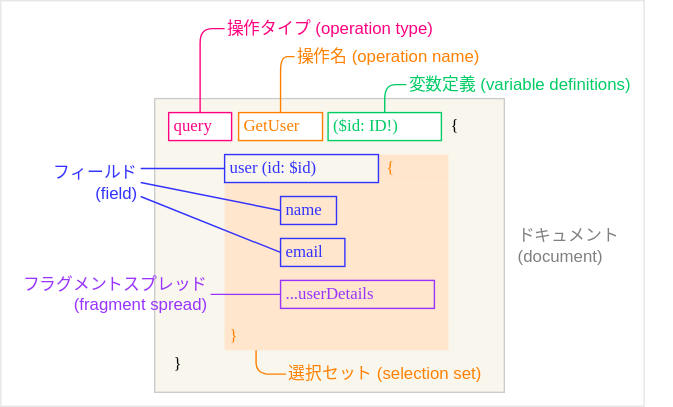
Before: content/tech/graphql/spec/words/img-001.drawio.svg, a diagram exported from draw.io (maku77/maku.blog). Source tidied: cells renumbered, new cells last; positions are measured from the earlier drawing's top-left corner, leaving out a move shared by most shapes.
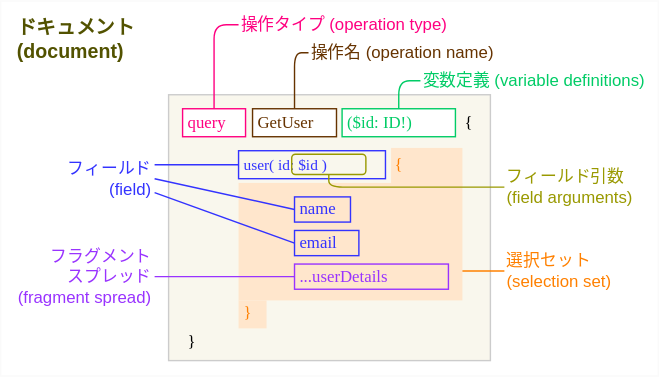
After the change.

The edit, as a diff of the source:
```diff
@@ -2,28 +2,28 @@
   <root>
     <mxCell id="0" />
     <mxCell id="1" parent="0" />
-    <mxCell id="2" style="rounded=0;whiteSpace=wrap;html=1;fontFamily=Helvetica;fontColor=#FF8000;strokeColor=#E6E6E6;fillColor=default;" parent="1" vertex="1">
-      <mxGeometry width="460" height="290" as="geometry" />
+    <mxCell id="2" style="rounded=0;whiteSpace=wrap;html=1;fontFamily=Helvetica;fontColor=#FF8000;strokeColor=#fafafa;fillColor=default;" parent="1" vertex="1">
+      <mxGeometry x="-10" y="3" width="470" height="268" as="geometry" />
     </mxCell>
     <mxCell id="3" style="rounded=0;whiteSpace=wrap;html=1;fontFamily=Helvetica;fillColor=#f9f7ed;strokeColor=#CCCCCC;strokeWidth=1;" parent="1" vertex="1">
-      <mxGeometry x="110" y="70" width="250" height="210" as="geometry" />
+      <mxGeometry x="110" y="70" width="230" height="190" as="geometry" />
     </mxCell>
     <mxCell id="4" style="rounded=0;whiteSpace=wrap;html=1;fontFamily=Helvetica;fillColor=#FFE6CC;strokeColor=none;" parent="1" vertex="1">
-      <mxGeometry x="160" y="230" width="160" height="20" as="geometry" />
+      <mxGeometry x="160" y="217" width="20" height="20" as="geometry" />
     </mxCell>
     <mxCell id="5" style="rounded=0;whiteSpace=wrap;html=1;fontFamily=Helvetica;fillColor=#FFE6CC;strokeColor=none;" parent="1" vertex="1">
-      <mxGeometry x="270" y="110" width="50" height="20" as="geometry" />
+      <mxGeometry x="269" y="108" width="51" height="27" as="geometry" />
     </mxCell>
     <mxCell id="6" style="rounded=0;whiteSpace=wrap;html=1;fontFamily=Helvetica;fillColor=#FFE6CC;strokeColor=none;" parent="1" vertex="1">
-      <mxGeometry x="160" y="130" width="160" height="100" as="geometry" />
+      <mxGeometry x="160" y="133" width="160" height="84" as="geometry" />
     </mxCell>
     <mxCell id="7" value="&lt;font color=&quot;#ff0080&quot;&gt;query&lt;/font&gt;" style="rounded=0;whiteSpace=wrap;html=1;align=left;spacingLeft=2;fontFamily=Lucida Console;strokeColor=#FF0080;" parent="1" vertex="1">
       <mxGeometry x="120" y="80" width="45" height="20" as="geometry" />
     </mxCell>
-    <mxCell id="8" style="edgeStyle=orthogonalEdgeStyle;html=1;exitX=0.5;exitY=0;exitDx=0;exitDy=0;entryX=0;entryY=0.5;entryDx=0;entryDy=0;fontFamily=Helvetica;fontColor=#FF8000;endArrow=none;endFill=0;strokeColor=#FF8000;" parent="1" edge="1" source="9" target="21">
+    <mxCell id="8" style="edgeStyle=orthogonalEdgeStyle;html=1;exitX=0.5;exitY=0;exitDx=0;exitDy=0;entryX=0;entryY=0.5;entryDx=0;entryDy=0;fontFamily=Helvetica;fontColor=#FF8000;endArrow=none;endFill=0;strokeColor=#663300;" parent="1" edge="1" source="9" target="21">
       <mxGeometry relative="1" as="geometry" />
     </mxCell>
-    <mxCell id="9" value="&lt;font color=&quot;#ff8000&quot;&gt;GetUser&lt;/font&gt;" style="rounded=0;align=left;spacingLeft=2;html=1;whiteSpace=wrap;fontFamily=Lucida Console;strokeColor=#FF8000;" parent="1" vertex="1">
+    <mxCell id="9" value="&lt;font color=&quot;#663300&quot;&gt;GetUser&lt;/font&gt;" style="rounded=0;align=left;spacingLeft=2;html=1;whiteSpace=wrap;fontFamily=Lucida Console;strokeColor=#663300;" parent="1" vertex="1">
       <mxGeometry x="170" y="80" width="60" height="20" as="geometry" />
     </mxCell>
     <mxCell id="10" style="edgeStyle=orthogonalEdgeStyle;html=1;exitX=0.5;exitY=0;exitDx=0;exitDy=0;entryX=0;entryY=0.5;entryDx=0;entryDy=0;fontFamily=Helvetica;fontColor=#00CC00;endArrow=none;endFill=0;strokeColor=#00CC66;" parent="1" edge="1" source="11" target="22">
@@ -32,26 +32,26 @@
     <mxCell id="11" value="&lt;font color=&quot;#00cc66&quot;&gt;($id: ID!)&lt;/font&gt;" style="rounded=0;align=left;spacingLeft=2;html=1;whiteSpace=wrap;fontFamily=Lucida Console;strokeColor=#00CC66;" parent="1" vertex="1">
       <mxGeometry x="234" y="80" width="81" height="20" as="geometry" />
     </mxCell>
-    <mxCell id="12" value="&lt;font color=&quot;#3333ff&quot;&gt;user (id: $id)&lt;/font&gt;" style="rounded=0;align=left;spacingLeft=2;html=1;whiteSpace=wrap;fontFamily=Lucida Console;strokeColor=#3333FF;fillColor=none;" parent="1" vertex="1">
-      <mxGeometry x="160" y="110" width="110" height="20" as="geometry" />
+    <mxCell id="12" value="&lt;font color=&quot;#3333ff&quot;&gt;&lt;span style=&quot;font-size: 11px&quot;&gt;user(&lt;/span&gt;&lt;font style=&quot;font-size: 6px&quot;&gt; &lt;/font&gt;&lt;span style=&quot;font-size: 11px&quot;&gt;id: $id&lt;/span&gt;&lt;font style=&quot;font-size: 6px&quot;&gt; &lt;/font&gt;&lt;span style=&quot;font-size: 11px&quot;&gt;)&lt;/span&gt;&lt;/font&gt;" style="rounded=0;align=left;spacingLeft=2;html=1;whiteSpace=wrap;fontFamily=Lucida Console;strokeColor=#3333FF;fillColor=none;" parent="1" vertex="1">
+      <mxGeometry x="160" y="110" width="105" height="20" as="geometry" />
     </mxCell>
     <mxCell id="13" value="&lt;font color=&quot;#3333ff&quot;&gt;name&lt;/font&gt;" style="rounded=0;align=left;spacingLeft=2;html=1;whiteSpace=wrap;fontFamily=Lucida Console;strokeColor=#3333FF;fillColor=none;" parent="1" vertex="1">
-      <mxGeometry x="200" y="140" width="40" height="20" as="geometry" />
+      <mxGeometry x="200" y="143" width="40" height="18" as="geometry" />
     </mxCell>
     <mxCell id="14" value="&lt;font color=&quot;#3333ff&quot;&gt;email&lt;/font&gt;" style="rounded=0;align=left;spacingLeft=2;html=1;whiteSpace=wrap;fontFamily=Lucida Console;strokeColor=#3333FF;fillColor=none;" parent="1" vertex="1">
-      <mxGeometry x="200" y="170" width="46" height="20" as="geometry" />
+      <mxGeometry x="200" y="167" width="46" height="18" as="geometry" />
     </mxCell>
     <mxCell id="15" style="edgeStyle=none;html=1;exitX=0;exitY=0.5;exitDx=0;exitDy=0;entryX=1;entryY=0.5;entryDx=0;entryDy=0;fontFamily=Helvetica;fontColor=#FF8000;endArrow=none;endFill=0;strokeColor=#9933FF;" parent="1" edge="1" source="16" target="23">
       <mxGeometry relative="1" as="geometry" />
     </mxCell>
     <mxCell id="16" value="&lt;font color=&quot;#9933ff&quot;&gt;...userDetails&lt;/font&gt;" style="rounded=0;align=left;spacingLeft=2;html=1;whiteSpace=wrap;fontFamily=Lucida Console;strokeColor=#9933FF;fillColor=none;" parent="1" vertex="1">
-      <mxGeometry x="200" y="200" width="110" height="20" as="geometry" />
+      <mxGeometry x="200" y="191" width="110" height="18" as="geometry" />
     </mxCell>
     <mxCell id="17" value="&lt;font color=&quot;#ff8000&quot;&gt;{&lt;/font&gt;" style="text;html=1;strokeColor=none;fillColor=none;align=left;verticalAlign=middle;whiteSpace=wrap;rounded=0;fontFamily=Lucida Console;" parent="1" vertex="1">
-      <mxGeometry x="274" y="110" width="30" height="20" as="geometry" />
+      <mxGeometry x="270" y="110" width="17" height="20" as="geometry" />
     </mxCell>
     <mxCell id="18" value="&lt;font color=&quot;#ff8000&quot;&gt;}&lt;/font&gt;" style="text;html=1;strokeColor=none;fillColor=none;align=left;verticalAlign=middle;whiteSpace=wrap;rounded=0;fontFamily=Lucida Console;spacingLeft=2;" parent="1" vertex="1">
-      <mxGeometry x="160" y="230" width="30" height="20" as="geometry" />
+      <mxGeometry x="160" y="216" width="30" height="20" as="geometry" />
     </mxCell>
     <mxCell id="19" style="edgeStyle=orthogonalEdgeStyle;html=1;exitX=0;exitY=0.5;exitDx=0;exitDy=0;fontFamily=Helvetica;fontColor=#000000;endArrow=none;endFill=0;strokeColor=#FF0080;" parent="1" edge="1" source="20" target="7">
       <mxGeometry relative="1" as="geometry" />
@@ -59,26 +59,26 @@
     <mxCell id="20" value="&lt;font color=&quot;#ff0080&quot;&gt;操作タイプ (operation type)&lt;/font&gt;" style="text;html=1;strokeColor=none;fillColor=none;align=left;verticalAlign=middle;whiteSpace=wrap;rounded=0;fontFamily=Helvetica;" parent="1" vertex="1">
       <mxGeometry x="160" y="10" width="190" height="20" as="geometry" />
     </mxCell>
-    <mxCell id="21" value="&lt;font color=&quot;#ff8000&quot;&gt;操作名 (operation name)&lt;/font&gt;" style="text;html=1;strokeColor=none;fillColor=none;align=left;verticalAlign=middle;whiteSpace=wrap;rounded=0;fontFamily=Helvetica;" parent="1" vertex="1">
+    <mxCell id="21" value="&lt;font color=&quot;#663300&quot;&gt;操作名 (operation name)&lt;/font&gt;" style="text;html=1;strokeColor=none;fillColor=none;align=left;verticalAlign=middle;whiteSpace=wrap;rounded=0;fontFamily=Helvetica;" parent="1" vertex="1">
       <mxGeometry x="210" y="30" width="190" height="20" as="geometry" />
     </mxCell>
     <mxCell id="22" value="&lt;font color=&quot;#00cc66&quot;&gt;変数定義 (variable definitions)&lt;/font&gt;" style="text;html=1;strokeColor=none;fillColor=none;align=left;verticalAlign=middle;whiteSpace=wrap;rounded=0;fontFamily=Helvetica;" parent="1" vertex="1">
-      <mxGeometry x="290" y="50" width="190" height="20" as="geometry" />
+      <mxGeometry x="290" y="50" width="170" height="20" as="geometry" />
     </mxCell>
-    <mxCell id="23" value="&lt;font color=&quot;#9933ff&quot;&gt;フラグメントスプレッド&lt;br&gt;&amp;nbsp;(fragment spread)&amp;nbsp;&lt;/font&gt;" style="text;html=1;strokeColor=none;fillColor=none;align=right;verticalAlign=middle;whiteSpace=wrap;rounded=0;fontFamily=Helvetica;" parent="1" vertex="1">
-      <mxGeometry x="10" y="190" width="140" height="40" as="geometry" />
+    <mxCell id="23" value="&lt;font color=&quot;#9933ff&quot;&gt;フラグメント&lt;br&gt;スプレッド&lt;br&gt;&amp;nbsp;(fragment spread)&amp;nbsp;&lt;/font&gt;" style="text;html=1;strokeColor=none;fillColor=none;align=right;verticalAlign=middle;whiteSpace=wrap;rounded=0;fontFamily=Helvetica;" parent="1" vertex="1">
+      <mxGeometry x="-10" y="176.5" width="110" height="47" as="geometry" />
     </mxCell>
     <mxCell id="24" value="{" style="text;html=1;strokeColor=none;fillColor=none;align=left;verticalAlign=middle;whiteSpace=wrap;rounded=0;fontFamily=Lucida Console;" parent="1" vertex="1">
-      <mxGeometry x="320" y="80" width="30" height="20" as="geometry" />
+      <mxGeometry x="320" y="80" width="20" height="20" as="geometry" />
     </mxCell>
     <mxCell id="25" value="}" style="text;html=1;strokeColor=none;fillColor=none;align=left;verticalAlign=middle;whiteSpace=wrap;rounded=0;fontFamily=Lucida Console;spacingLeft=2;" parent="1" vertex="1">
-      <mxGeometry x="120" y="250" width="30" height="20" as="geometry" />
+      <mxGeometry x="120" y="237" width="30" height="20" as="geometry" />
     </mxCell>
-    <mxCell id="26" style="edgeStyle=orthogonalEdgeStyle;html=1;exitX=0;exitY=0.5;exitDx=0;exitDy=0;entryX=0.75;entryY=1;entryDx=0;entryDy=0;fontFamily=Helvetica;fontColor=#FF8000;endArrow=none;endFill=0;fillColor=#ffcc99;strokeColor=#FF8000;" parent="1" edge="1" source="27" target="18">
+    <mxCell id="26" style="edgeStyle=orthogonalEdgeStyle;html=1;exitX=0;exitY=0.5;exitDx=0;exitDy=0;entryX=1;entryY=0.75;entryDx=0;entryDy=0;fontFamily=Helvetica;fontColor=#FF8000;endArrow=none;endFill=0;fillColor=#ffcc99;strokeColor=#FF8000;" parent="1" edge="1" source="27" target="6">
       <mxGeometry relative="1" as="geometry" />
     </mxCell>
-    <mxCell id="27" value="&lt;font color=&quot;#ff8000&quot;&gt;選択セット&amp;nbsp;(selection set)&lt;/font&gt;" style="text;html=1;strokeColor=none;fillColor=none;align=left;verticalAlign=middle;whiteSpace=wrap;rounded=0;fontFamily=Helvetica;" parent="1" vertex="1">
-      <mxGeometry x="204" y="257" width="150" height="20" as="geometry" />
+    <mxCell id="27" value="&lt;font color=&quot;#ff8000&quot;&gt;選択セット&lt;br&gt;&amp;nbsp;(selection set)&lt;/font&gt;" style="text;html=1;strokeColor=none;fillColor=none;align=left;verticalAlign=middle;whiteSpace=wrap;rounded=0;fontFamily=Helvetica;" parent="1" vertex="1">
+      <mxGeometry x="350" y="176" width="90" height="40" as="geometry" />
     </mxCell>
     <mxCell id="28" style="edgeStyle=none;html=1;exitX=1;exitY=0.25;exitDx=0;exitDy=0;entryX=0;entryY=0.5;entryDx=0;entryDy=0;fontFamily=Helvetica;fontColor=#3333FF;endArrow=none;endFill=0;strokeColor=#3333FF;" parent="1" edge="1" source="31" target="12">
       <mxGeometry relative="1" as="geometry" />
@@ -92,8 +92,21 @@
     <mxCell id="31" value="&lt;font color=&quot;#3333ff&quot;&gt;フィールド&lt;br&gt;&lt;/font&gt;&lt;div&gt;&lt;font color=&quot;#3333ff&quot;&gt;(field)&amp;nbsp;&lt;/font&gt;&lt;/div&gt;" style="text;html=1;strokeColor=none;fillColor=none;align=right;verticalAlign=middle;whiteSpace=wrap;rounded=0;fontFamily=Helvetica;" parent="1" vertex="1">
       <mxGeometry x="30" y="110" width="70" height="40" as="geometry" />
     </mxCell>
-    <mxCell id="32" value="&lt;font color=&quot;#808080&quot;&gt;ドキュメント&lt;br&gt;&amp;nbsp;(document)&lt;/font&gt;" style="text;html=1;strokeColor=none;fillColor=none;align=left;verticalAlign=middle;whiteSpace=wrap;rounded=0;fontFamily=Helvetica;" parent="1" vertex="1">
-      <mxGeometry x="368" y="155" width="91" height="40" as="geometry" />
+    <mxCell id="32" value="&lt;font style=&quot;font-size: 14px&quot; color=&quot;#525200&quot;&gt;&lt;b&gt;ドキュメント&lt;br&gt;&amp;nbsp;(document)&lt;/b&gt;&lt;/font&gt;" style="text;html=1;strokeColor=none;fillColor=none;align=left;verticalAlign=middle;whiteSpace=wrap;rounded=0;fontFamily=Helvetica;" parent="1" vertex="1">
+      <mxGeometry y="10" width="130" height="40" as="geometry" />
     </mxCell>
+    <mxCell id="33" style="edgeStyle=orthogonalEdgeStyle;html=1;exitX=0.5;exitY=1;exitDx=0;exitDy=0;entryX=0;entryY=0.5;entryDx=0;entryDy=0;fontSize=6;fontColor=#999900;strokeColor=#999900;endArrow=none;endFill=0;" parent="1" edge="1" source="34" target="35">
+      <mxGeometry relative="1" as="geometry">
+        <Array as="points">
+          <mxPoint x="224" y="136" />
+        </Array>
+      </mxGeometry>
+    </mxCell>
+    <mxCell id="34" style="rounded=1;whiteSpace=wrap;html=1;fontColor=#663300;strokeColor=#999900;arcSize=18;fillColor=none;strokeWidth=1;" parent="1" vertex="1">
+      <mxGeometry x="198" y="112.5" width="53" height="14.5" as="geometry" />
+    </mxCell>
+    <mxCell id="35" value="&lt;font color=&quot;#999900&quot;&gt;フィールド引数&lt;br&gt;&amp;nbsp;(field arguments)&lt;/font&gt;" style="text;html=1;strokeColor=none;fillColor=none;align=left;verticalAlign=middle;whiteSpace=wrap;rounded=0;fontFamily=Helvetica;" parent="1" vertex="1">
+      <mxGeometry x="350" y="122" width="110" height="28" as="geometry" />
+    </mxCell>
   </root>
 </mxGraphModel>
```
